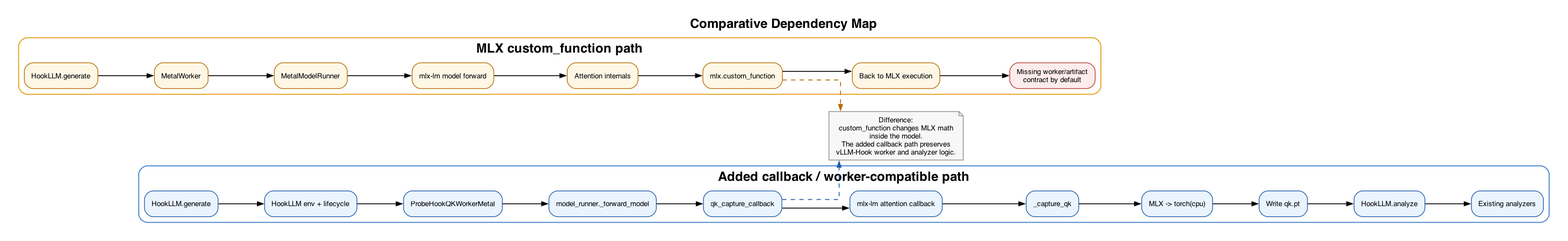
Above: docs/diagrams/comparative_dependency_map.png in tburleyinfo/vLLM-Hook (Graphviz), before the change. Its source is kept beside it as docs/diagrams/comparative_dependency_map.dot. The source it was exported from:
```dot
digraph comparative_dependency_map {
  graph [
    rankdir=LR,
    splines=ortho,
    bgcolor="white",
    pad="0.25",
    nodesep="0.45",
    ranksep="0.9",
    label="Comparative Dependency Map",
    labelloc="t",
    fontsize=18,
    fontname="Helvetica-Bold"
  ];

  node [
    shape=box,
    style="rounded,filled",
    fontname="Helvetica",
    fontsize=10,
    margin="0.14,0.08"
  ];

  edge [
    arrowsize=0.8,
    penwidth=1.2
  ];

  subgraph cluster_left {
    label="MLX custom_function path";
    color="#E4A11B";
    penwidth=1.4;
    style="rounded";

    l0 [label="HookLLM.generate", fillcolor="#FFF7E6", color="#B26A00"];
    l1 [label="MetalWorker", fillcolor="#FFF7E6", color="#B26A00"];
    l2 [label="MetalModelRunner", fillcolor="#FFF7E6", color="#B26A00"];
    l3 [label="mlx-lm model forward", fillcolor="#FFF7E6", color="#B26A00"];
    l4 [label="Attention internals", fillcolor="#FFF7E6", color="#B26A00"];
    l5 [label="mlx.custom_function", fillcolor="#FFF7E6", color="#B26A00"];
    l6 [label="Back to MLX execution", fillcolor="#FFF7E6", color="#B26A00"];
    l7 [label="Missing worker/artifact\ncontract by default", fillcolor="#FDECEC", color="#B03A2E"];

    l0 -> l1 -> l2 -> l3 -> l4 -> l5 -> l6 -> l7;
  }

  subgraph cluster_right {
    label="Added callback / worker-compatible path";
    color="#4A86CF";
    penwidth=1.4;
    style="rounded";

    r0 [label="HookLLM.generate", fillcolor="#EAF4FF", color="#1F5AA6"];
    r1 [label="HookLLM env + lifecycle", fillcolor="#EAF4FF", color="#1F5AA6"];
    r2 [label="ProbeHookQKWorkerMetal", fillcolor="#EAF4FF", color="#1F5AA6"];
    r3 [label="model_runner._forward_model", fillcolor="#EAF4FF", color="#1F5AA6"];
    r4 [label="qk_capture_callback", fillcolor="#EAF4FF", color="#1F5AA6"];
    r5 [label="mlx-lm attention callback", fillcolor="#EAF4FF", color="#1F5AA6"];
    r6 [label="_capture_qk", fillcolor="#EAF4FF", color="#1F5AA6"];
    r7 [label="MLX -> torch(cpu)", fillcolor="#EAF4FF", color="#1F5AA6"];
    r8 [label="Write qk.pt", fillcolor="#EAF4FF", color="#1F5AA6"];
    r9 [label="HookLLM.analyze", fillcolor="#EAF4FF", color="#1F5AA6"];
    r10 [label="Existing analyzers", fillcolor="#EAF4FF", color="#1F5AA6"];

    r0 -> r1 -> r2 -> r3 -> r4 -> r5 -> r6 -> r7 -> r8 -> r9 -> r10;
  }

  compare [shape=note, label="Difference:\ncustom_function changes MLX math\ninside the model.\nThe added callback path preserves\nvLLM-Hook worker and analyzer logic.", fillcolor="#F7F7F7", color="#888888"];

  l5 -> compare [style=dashed, color="#B26A00"];
  r4 -> compare [style=dashed, color="#1F5AA6"];
}
```
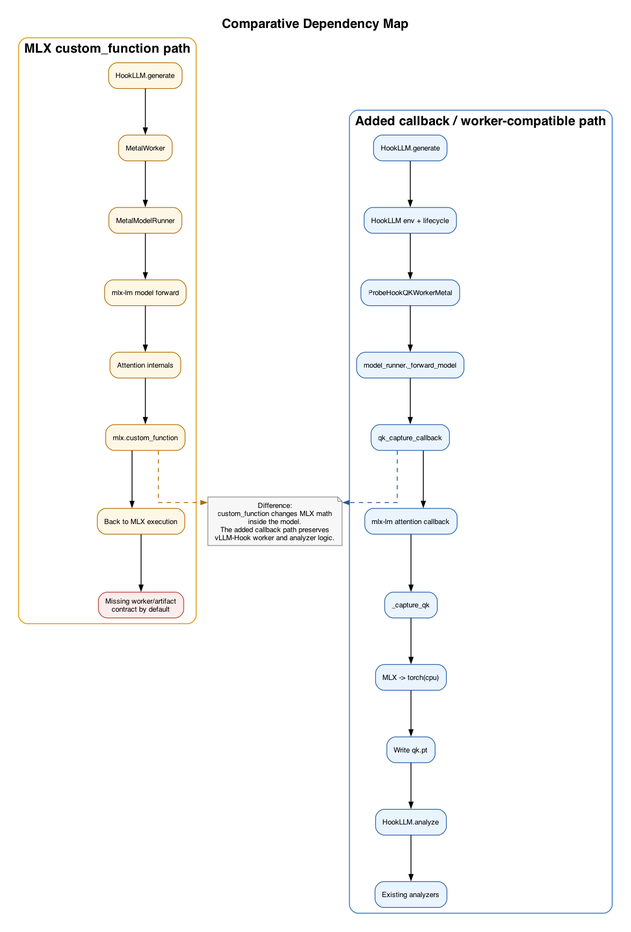
Later version of the same file.

Diff of the diagram source:
```diff
@@ -1,6 +1,6 @@
 digraph comparative_dependency_map {
   graph [
-    rankdir=LR,
+    rankdir=TB,
     splines=ortho,
     bgcolor="white",
     pad="0.25",
```
